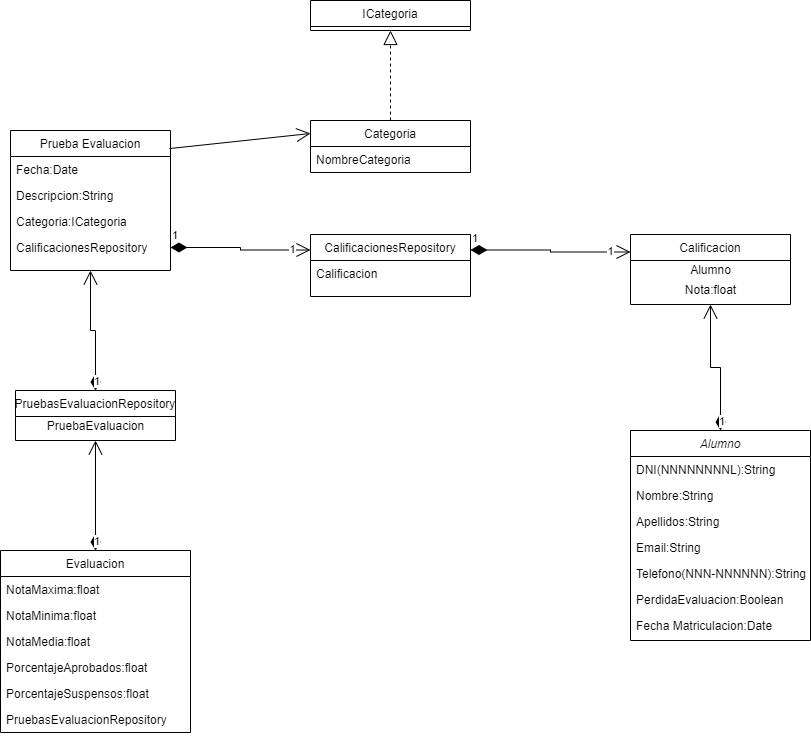
This is DiagramaClasesProyecto.png from Rochiio/ProyectoSistemaGestionCalificaciones, a draw.io export, as it was before one commit. Source tidied: cells renumbered, new cells last; positions are measured from the earlier drawing's top-left corner, leaving out a move shared by most shapes.
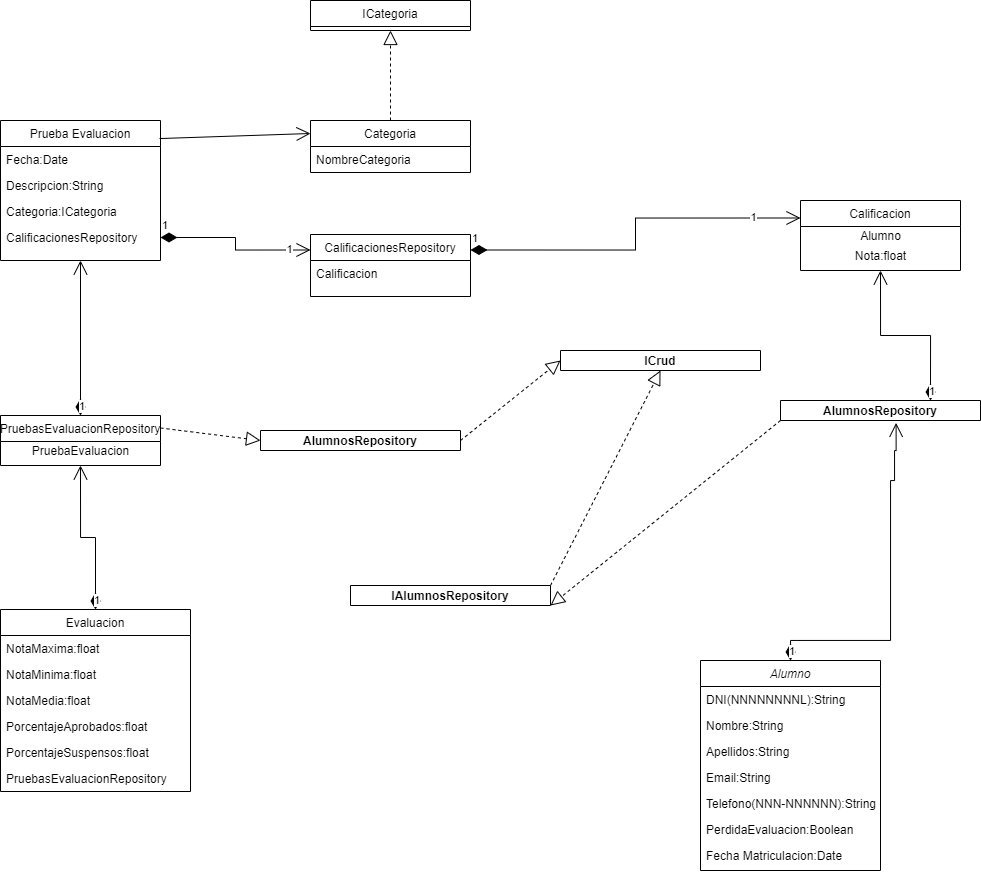
After the commit.

Diff of the diagram source:
```diff
@@ -3,7 +3,7 @@
     <mxCell id="0" />
     <mxCell id="1" parent="0" />
     <mxCell id="2" value="Alumno" style="swimlane;fontStyle=2;align=center;verticalAlign=top;horizontal=1;startSize=26;rounded=0;shadow=0;strokeWidth=1;" parent="1" vertex="1">
-      <mxGeometry x="630" y="430" width="180" height="210" as="geometry" />
+      <mxGeometry x="700" y="660" width="180" height="210" as="geometry" />
     </mxCell>
     <mxCell id="3" value="DNI(NNNNNNNNL):String" style="text;align=left;verticalAlign=top;spacingLeft=4;spacingRight=4;overflow=hidden;" parent="2" vertex="1">
       <mxGeometry y="26" width="180" height="26" as="geometry" />
@@ -27,7 +27,7 @@
       <mxGeometry y="182" width="180" height="26" as="geometry" />
     </mxCell>
     <mxCell id="10" value="Evaluacion" style="swimlane;fontStyle=0;align=center;verticalAlign=top;horizontal=1;startSize=26;rounded=0;shadow=0;strokeWidth=1;" parent="1" vertex="1">
-      <mxGeometry y="550" width="190" height="182" as="geometry" />
+      <mxGeometry y="609" width="190" height="182" as="geometry" />
     </mxCell>
     <mxCell id="11" value="NotaMaxima:float" style="text;align=left;verticalAlign=top;spacingLeft=4;spacingRight=4;overflow=hidden;" parent="10" vertex="1">
       <mxGeometry y="26" width="190" height="26" as="geometry" />
@@ -54,7 +54,7 @@
       <mxGeometry y="26" width="160" height="26" as="geometry" />
     </mxCell>
     <mxCell id="19" value="Prueba Evaluacion" style="swimlane;fontStyle=0;align=center;verticalAlign=top;horizontal=1;startSize=26;rounded=0;shadow=0;strokeWidth=1;" parent="1" vertex="1">
-      <mxGeometry x="10" y="130" width="160" height="140" as="geometry" />
+      <mxGeometry y="120" width="160" height="140" as="geometry" />
     </mxCell>
     <mxCell id="20" value="Fecha:Date" style="text;align=left;verticalAlign=top;spacingLeft=4;spacingRight=4;overflow=hidden;" parent="19" vertex="1">
       <mxGeometry y="26" width="160" height="26" as="geometry" />
@@ -72,7 +72,7 @@
       <mxGeometry x="310" width="160" height="30" as="geometry" />
     </mxCell>
     <mxCell id="25" value="Calificacion" style="swimlane;fontStyle=0;align=center;verticalAlign=top;horizontal=1;startSize=26;rounded=0;shadow=0;strokeWidth=1;" parent="1" vertex="1">
-      <mxGeometry x="630" y="234" width="160" height="70" as="geometry" />
+      <mxGeometry x="800" y="200" width="160" height="70" as="geometry" />
     </mxCell>
     <mxCell id="26" value="Alumno" style="text;html=1;align=center;verticalAlign=middle;strokeColor=none;fillColor=none;" parent="25" vertex="1">
       <mxGeometry y="26" width="160" height="20" as="geometry" />
@@ -81,7 +81,7 @@
       <mxGeometry y="46" width="160" height="20" as="geometry" />
     </mxCell>
     <mxCell id="28" value="PruebasEvaluacionRepository" style="swimlane;fontStyle=0;align=center;verticalAlign=top;horizontal=1;startSize=26;rounded=0;shadow=0;strokeWidth=1;" parent="1" vertex="1">
-      <mxGeometry x="15" y="390" width="160" height="50" as="geometry" />
+      <mxGeometry y="415" width="160" height="50" as="geometry" />
     </mxCell>
     <mxCell id="29" value="PruebaEvaluacion" style="text;html=1;align=center;verticalAlign=middle;strokeColor=none;fillColor=none;" parent="28" vertex="1">
       <mxGeometry y="26" width="160" height="20" as="geometry" />
@@ -110,7 +110,7 @@
     <mxCell id="37" style="endArrow=open;endFill=1;endSize=12;html=1;rounded=0;exitX=0.994;exitY=0.129;exitDx=0;exitDy=0;exitPerimeter=0;entryX=0;entryY=0.25;entryDx=0;entryDy=0;" parent="1" edge="1" source="19" target="30">
       <mxGeometry relative="1" as="geometry" />
     </mxCell>
-    <mxCell id="38" value="1" style="endArrow=open;html=1;endSize=12;startArrow=diamondThin;startSize=14;startFill=1;edgeStyle=orthogonalEdgeStyle;align=left;verticalAlign=bottom;rounded=0;entryX=0.5;entryY=1;entryDx=0;entryDy=0;exitX=0.5;exitY=0;exitDx=0;exitDy=0;" parent="1" edge="1" source="2" target="25">
+    <mxCell id="38" value="1" style="endArrow=open;html=1;endSize=12;startArrow=diamondThin;startSize=14;startFill=1;edgeStyle=orthogonalEdgeStyle;align=left;verticalAlign=bottom;rounded=0;entryX=0.5;entryY=1;entryDx=0;entryDy=0;exitX=0.75;exitY=0;exitDx=0;exitDy=0;" parent="1" edge="1" source="42" target="25">
       <mxGeometry x="-1" y="3" relative="1" as="geometry" />
     </mxCell>
     <mxCell id="39" value="1" style="endArrow=open;html=1;endSize=12;startArrow=diamondThin;startSize=14;startFill=1;edgeStyle=orthogonalEdgeStyle;align=left;verticalAlign=bottom;rounded=0;exitX=0.5;exitY=0;exitDx=0;exitDy=0;entryX=0.5;entryY=1;entryDx=0;entryDy=0;" parent="1" edge="1" source="10" target="28">
@@ -119,5 +119,40 @@
     <mxCell id="40" value="1" style="endArrow=open;html=1;endSize=12;startArrow=diamondThin;startSize=14;startFill=1;edgeStyle=orthogonalEdgeStyle;align=left;verticalAlign=bottom;rounded=0;exitX=0.5;exitY=0;exitDx=0;exitDy=0;entryX=0.5;entryY=1;entryDx=0;entryDy=0;" parent="1" edge="1" source="28" target="19">
       <mxGeometry x="-1" y="3" relative="1" as="geometry" />
     </mxCell>
+    <mxCell id="41" value="1" style="endArrow=open;html=1;endSize=12;startArrow=diamondThin;startSize=14;startFill=1;edgeStyle=orthogonalEdgeStyle;align=left;verticalAlign=bottom;rounded=0;exitX=0.5;exitY=0;exitDx=0;exitDy=0;entryX=0.578;entryY=1.119;entryDx=0;entryDy=0;entryPerimeter=0;" parent="1" edge="1" source="2" target="42">
+      <mxGeometry x="-1" y="3" relative="1" as="geometry">
+        <Array as="points">
+          <mxPoint x="890" y="640" />
+          <mxPoint x="890" y="480" />
+          <mxPoint x="894" y="480" />
+          <mxPoint x="894" y="450" />
+          <mxPoint x="896" y="450" />
+        </Array>
+      </mxGeometry>
+    </mxCell>
+    <mxCell id="42" value="AlumnosRepository" style="swimlane;" parent="1" vertex="1">
+      <mxGeometry x="780" y="400" width="200" height="20" as="geometry" />
+    </mxCell>
+    <mxCell id="43" value="ICrud" style="swimlane;" parent="1" vertex="1">
+      <mxGeometry x="560" y="350" width="200" height="20" as="geometry" />
+    </mxCell>
+    <mxCell id="44" value="IAlumnosRepository" style="swimlane;" parent="1" vertex="1">
+      <mxGeometry x="350" y="585" width="200" height="20" as="geometry" />
+    </mxCell>
+    <mxCell id="45" value="AlumnosRepository" style="swimlane;" parent="1" vertex="1">
+      <mxGeometry x="260" y="430" width="200" height="20" as="geometry" />
+    </mxCell>
+    <mxCell id="46" style="endArrow=block;dashed=1;endFill=0;endSize=12;html=1;rounded=0;entryX=0.5;entryY=1;entryDx=0;entryDy=0;exitX=1;exitY=0;exitDx=0;exitDy=0;" parent="1" edge="1" source="44" target="43">
+      <mxGeometry relative="1" as="geometry" />
+    </mxCell>
+    <mxCell id="47" style="endArrow=block;dashed=1;endFill=0;endSize=12;html=1;rounded=0;entryX=0;entryY=0.5;entryDx=0;entryDy=0;exitX=1;exitY=0.5;exitDx=0;exitDy=0;" parent="1" edge="1" source="45" target="43">
+      <mxGeometry relative="1" as="geometry" />
+    </mxCell>
+    <mxCell id="48" style="endArrow=block;dashed=1;endFill=0;endSize=12;html=1;rounded=0;entryX=1;entryY=1;entryDx=0;entryDy=0;exitX=0;exitY=1;exitDx=0;exitDy=0;" parent="1" edge="1" source="42" target="44">
+      <mxGeometry relative="1" as="geometry" />
+    </mxCell>
+    <mxCell id="49" style="endArrow=block;dashed=1;endFill=0;endSize=12;html=1;rounded=0;entryX=0;entryY=0.5;entryDx=0;entryDy=0;exitX=1;exitY=0.25;exitDx=0;exitDy=0;" parent="1" edge="1" source="28" target="45">
+      <mxGeometry relative="1" as="geometry" />
+    </mxCell>
   </root>
 </mxGraphModel>
```
